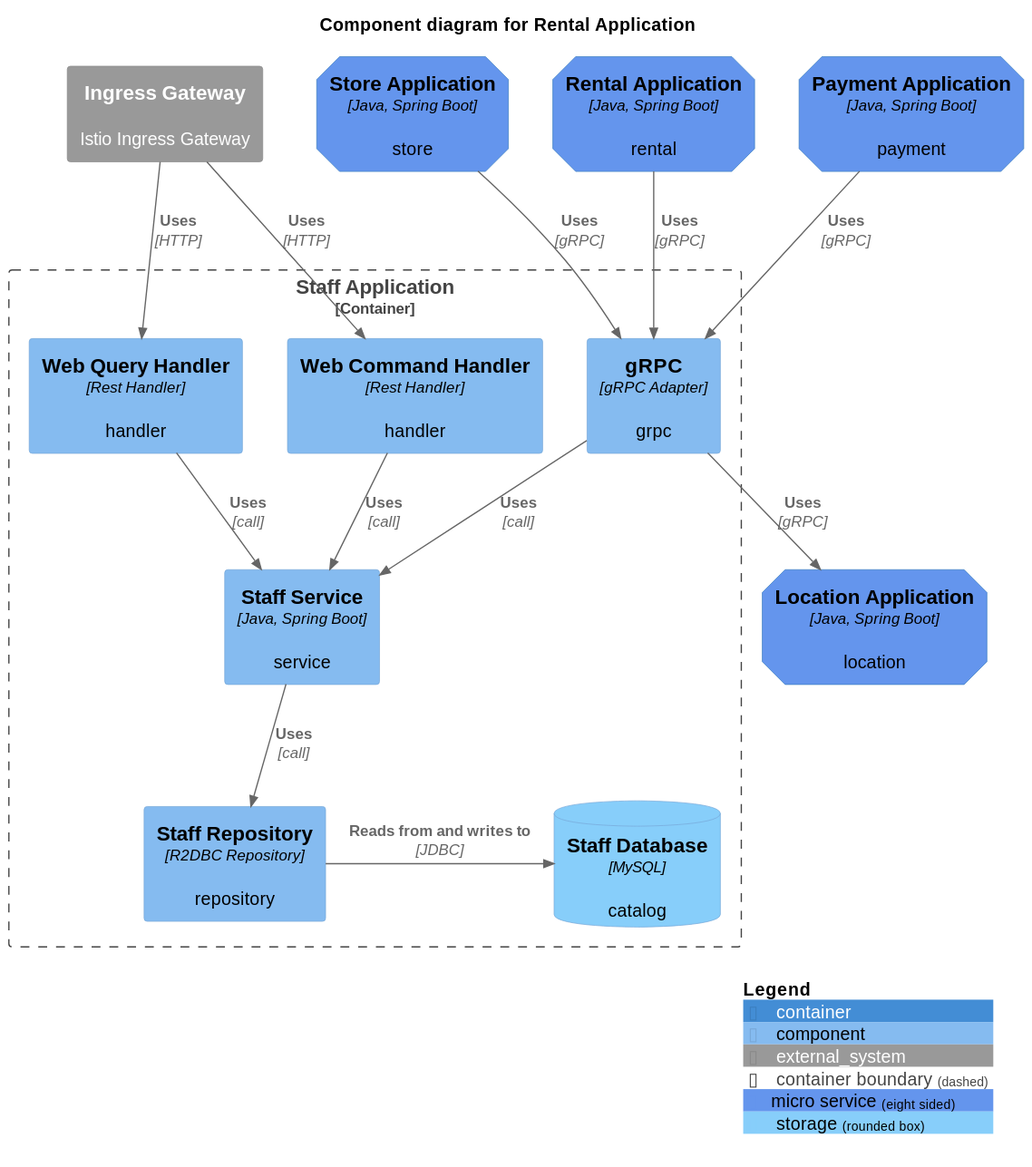
Earlier version of the PlantUML export diagram/component/staff-application.svg (codejsha/sakila-microservices).
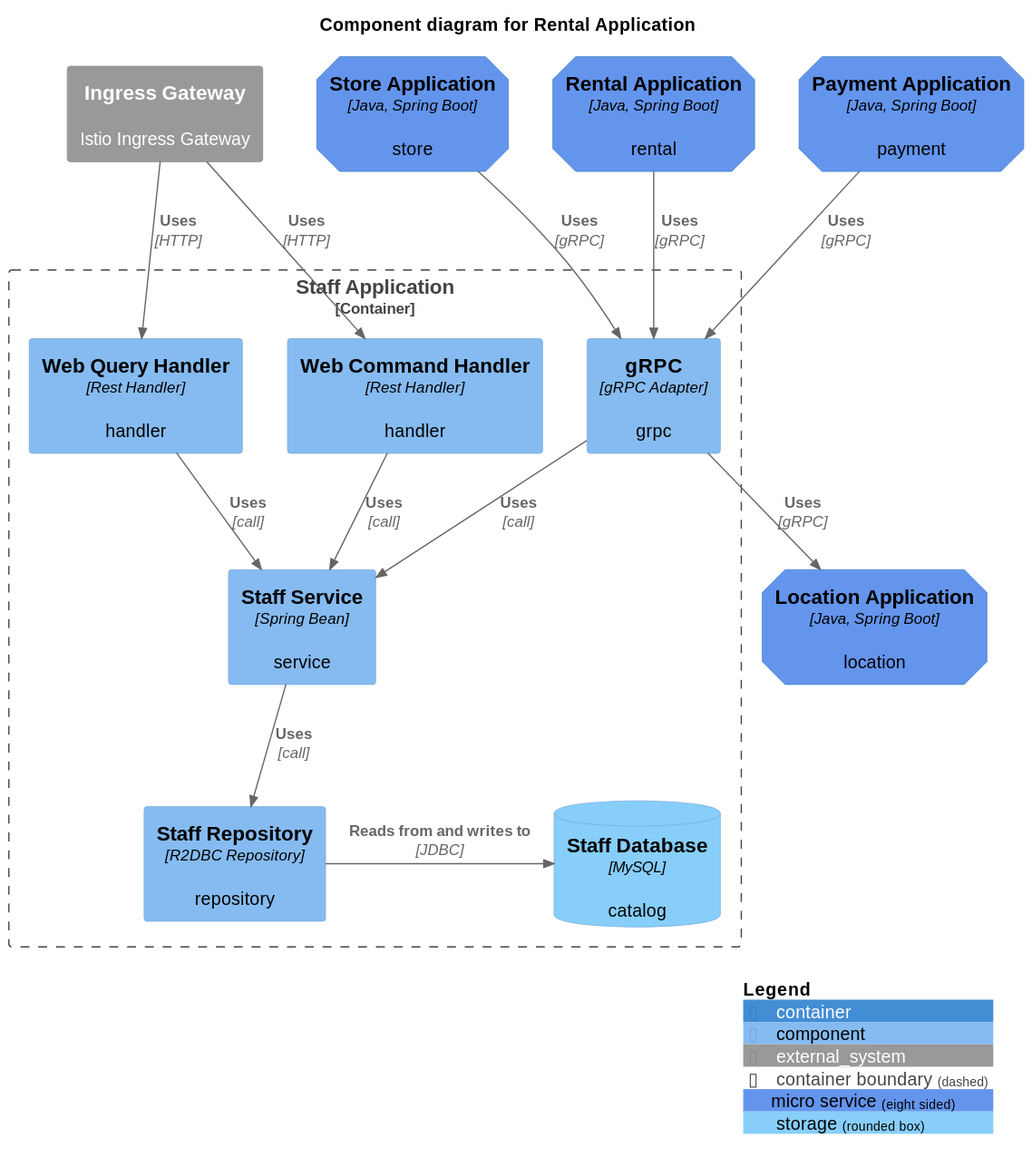
Later version of the same file.

The edit, as a diff of the source:
```diff
@@ -16,7 +16,7 @@
     Component(command_handler, "Web Command Handler", "Rest Handler", "handler")
     Component(query_handler, "Web Query Handler", "Rest Handler", "handler")
     Component(grpc, "gRPC", "gRPC Adapter", "grpc")
-    Component(staff_service, "Staff Service", "Java, Spring Boot", "service")
+    Component(staff_service, "Staff Service", "Spring Bean", "service")
     Component(staff_repository, "Staff Repository", "R2DBC Repository", "repository")
     ComponentDb(staff_db, "Staff Database", "MySQL", "catalog", $tags = "storage")
 
```
